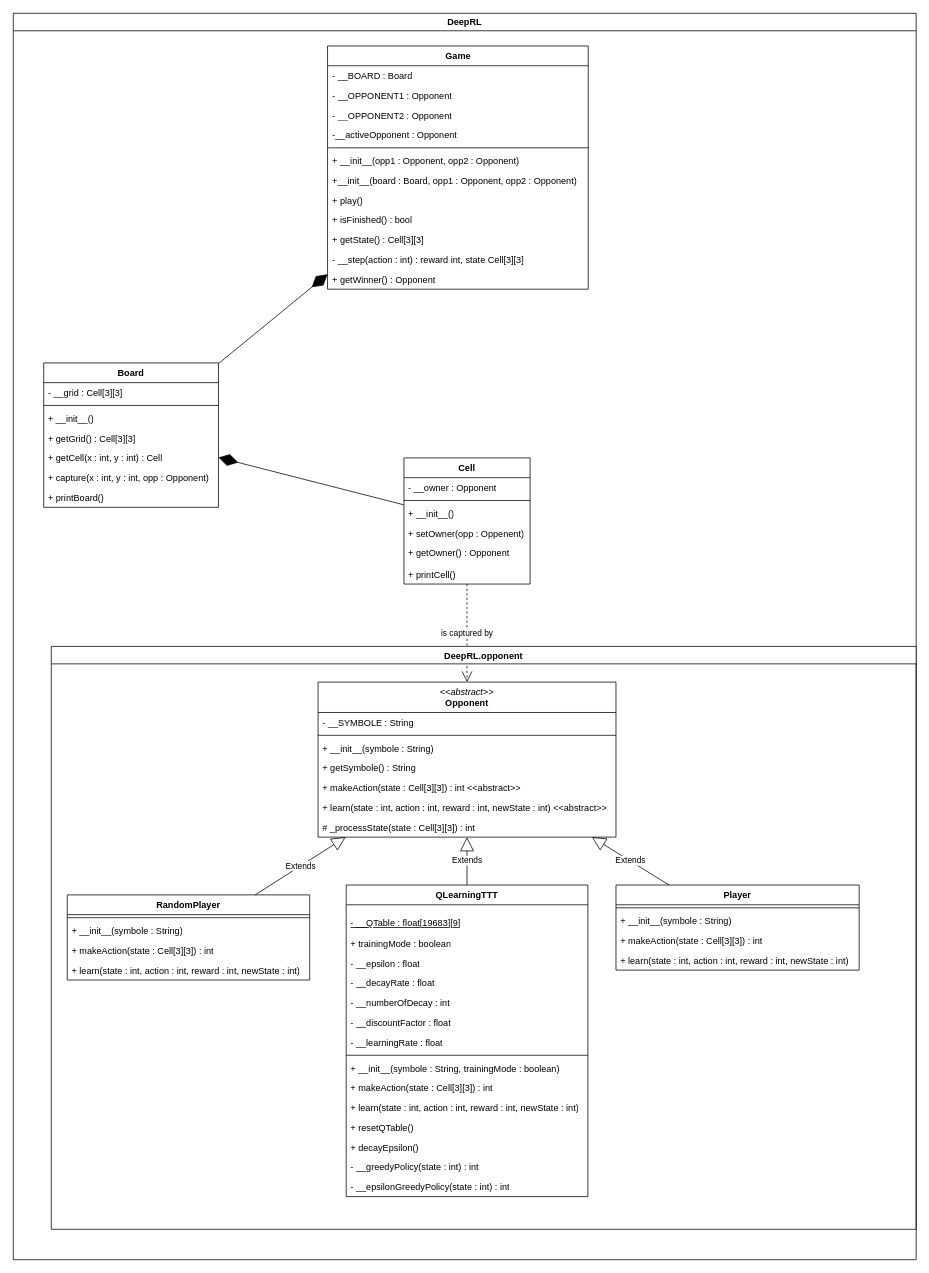
Earlier version of the draw.io diagram uml/DRL project.drawio (Enzo-Claeyssen/Q-Learning_for_Tic_Tac_Toe). Source tidied: cells renumbered, new cells numbered last; positions are measured from the earlier drawing's top-left corner, leaving out a move shared by most shapes. Both pictures are drawn from the tidied source at 76%, with x=0, y=0 at pixel (13, 13).
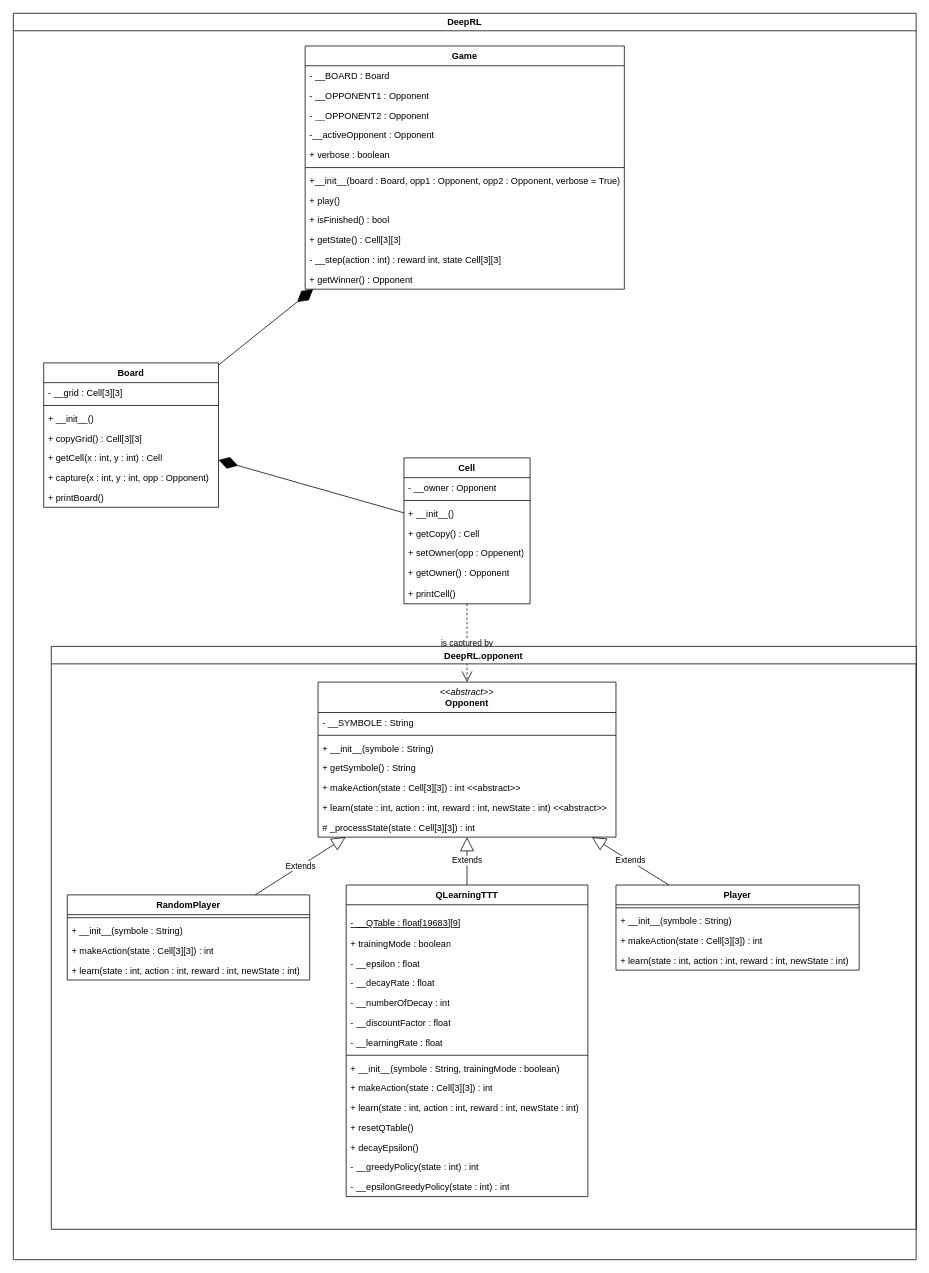
After the change.

Unchanged cells that the change refers to:
```xml
<mxCell id="2" value="DeepRL" style="swimlane;" parent="1" vertex="1">
  <mxGeometry width="1188" height="1640" as="geometry" />
</mxCell>
<mxCell id="16" value="Board" style="swimlane;fontStyle=1;align=center;verticalAlign=top;horizontal=1;startSize=26;whiteSpace=wrap;html=1;" parent="2" vertex="1">
  <mxGeometry x="40" y="460" width="230" height="190" as="geometry" />
</mxCell>
```

Change to the diagram source:
```diff
@@
     <mxCell id="3" value="Game" style="swimlane;fontStyle=1;align=center;verticalAlign=top;horizontal=1;startSize=26;whiteSpace=wrap;html=1;" parent="2" vertex="1">
-      <mxGeometry x="413.5" y="43" width="343" height="320" as="geometry" />
+      <mxGeometry x="384" y="43" width="420" height="320" as="geometry" />
     </mxCell>
     <mxCell id="4" value="- __BOARD : Board" style="text;strokeColor=none;fillColor=none;align=left;verticalAlign=top;spacingLeft=4;spacingRight=4;overflow=hidden;whiteSpace=wrap;html=1;" parent="3" vertex="1">
-      <mxGeometry y="26" width="343" height="26" as="geometry" />
+      <mxGeometry y="26" width="420" height="26" as="geometry" />
     </mxCell>
     <mxCell id="5" value="- __OPPONENT1 : Opponent" style="text;strokeColor=none;fillColor=none;align=left;verticalAlign=top;spacingLeft=4;spacingRight=4;overflow=hidden;whiteSpace=wrap;html=1;" parent="3" vertex="1">
-      <mxGeometry y="52" width="343" height="26" as="geometry" />
+      <mxGeometry y="52" width="420" height="26" as="geometry" />
     </mxCell>
     <mxCell id="6" value="- __OPPONENT2 : Opponent" style="text;strokeColor=none;fillColor=none;align=left;verticalAlign=top;spacingLeft=4;spacingRight=4;overflow=hidden;whiteSpace=wrap;html=1;" parent="3" vertex="1">
-      <mxGeometry y="78" width="343" height="26" as="geometry" />
+      <mxGeometry y="78" width="420" height="26" as="geometry" />
     </mxCell>
     <mxCell id="7" value="-__activeOpponent : Opponent" style="text;strokeColor=none;fillColor=none;align=left;verticalAlign=top;spacingLeft=4;spacingRight=4;overflow=hidden;whiteSpace=wrap;html=1;" parent="3" vertex="1">
-      <mxGeometry y="104" width="343" height="26" as="geometry" />
+      <mxGeometry y="104" width="420" height="26" as="geometry" />
     </mxCell>
+    <mxCell id="72" value="+ verbose : boolean" style="text;strokeColor=none;fillColor=none;align=left;verticalAlign=top;spacingLeft=4;spacingRight=4;overflow=hidden;whiteSpace=wrap;html=1;" parent="3" vertex="1">
+      <mxGeometry y="130" width="420" height="26" as="geometry" />
+    </mxCell>
     <mxCell id="8" style="line;strokeWidth=1;fillColor=none;align=left;verticalAlign=middle;spacingTop=-1;spacingLeft=3;spacingRight=3;labelPosition=right;strokeColor=inherit;" parent="3" vertex="1">
-      <mxGeometry y="130" width="343" height="8" as="geometry" />
+      <mxGeometry y="156" width="420" height="8" as="geometry" />
     </mxCell>
-    <mxCell id="9" value="+ __init__(opp1 : Opponent, opp2 : Opponent)" style="text;strokeColor=none;fillColor=none;align=left;verticalAlign=top;spacingLeft=4;spacingRight=4;overflow=hidden;whiteSpace=wrap;html=1;" parent="3" vertex="1">
-      <mxGeometry y="138" width="343" height="26" as="geometry" />
-    </mxCell>
-    <mxCell id="10" value="+__init__(board : Board, opp1 : Opponent, opp2 : Opponent)" style="text;strokeColor=none;fillColor=none;align=left;verticalAlign=top;spacingLeft=4;spacingRight=4;overflow=hidden;whiteSpace=wrap;html=1;" parent="3" vertex="1">
-      <mxGeometry y="164" width="343" height="26" as="geometry" />
+    <mxCell id="10" value="+__init__(board : Board, opp1 : Opponent, opp2 : Opponent, verbose = True)" style="text;strokeColor=none;fillColor=none;align=left;verticalAlign=top;spacingLeft=4;spacingRight=4;overflow=hidden;whiteSpace=wrap;html=1;" parent="3" vertex="1">
+      <mxGeometry y="164" width="420" height="26" as="geometry" />
     </mxCell>
     <mxCell id="11" value="+ play()" style="text;strokeColor=none;fillColor=none;align=left;verticalAlign=top;spacingLeft=4;spacingRight=4;overflow=hidden;whiteSpace=wrap;html=1;" parent="3" vertex="1">
-      <mxGeometry y="190" width="343" height="26" as="geometry" />
+      <mxGeometry y="190" width="420" height="26" as="geometry" />
     </mxCell>
     <mxCell id="12" value="+ isFinished() : bool " style="text;strokeColor=none;fillColor=none;align=left;verticalAlign=top;spacingLeft=4;spacingRight=4;overflow=hidden;whiteSpace=wrap;html=1;" parent="3" vertex="1">
-      <mxGeometry y="216" width="343" height="26" as="geometry" />
+      <mxGeometry y="216" width="420" height="26" as="geometry" />
     </mxCell>
     <mxCell id="13" value="+ getState() : Cell[3][3]" style="text;strokeColor=none;fillColor=none;align=left;verticalAlign=top;spacingLeft=4;spacingRight=4;overflow=hidden;whiteSpace=wrap;html=1;" parent="3" vertex="1">
-      <mxGeometry y="242" width="343" height="26" as="geometry" />
+      <mxGeometry y="242" width="420" height="26" as="geometry" />
     </mxCell>
     <mxCell id="14" value="- __step(action : int) : reward int, state Cell[3][3]" style="text;strokeColor=none;fillColor=none;align=left;verticalAlign=top;spacingLeft=4;spacingRight=4;overflow=hidden;whiteSpace=wrap;html=1;" parent="3" vertex="1">
-      <mxGeometry y="268" width="343" height="26" as="geometry" />
+      <mxGeometry y="268" width="420" height="26" as="geometry" />
     </mxCell>
     <mxCell id="15" value="+ getWinner() : Opponent" style="text;strokeColor=none;fillColor=none;align=left;verticalAlign=top;spacingLeft=4;spacingRight=4;overflow=hidden;whiteSpace=wrap;html=1;" parent="3" vertex="1">
-      <mxGeometry y="294" width="343" height="26" as="geometry" />
+      <mxGeometry y="294" width="420" height="26" as="geometry" />
     </mxCell>
@@
-    <mxCell id="20" value="+ getGrid() : Cell[3][3] " style="text;strokeColor=none;fillColor=none;align=left;verticalAlign=top;spacingLeft=4;spacingRight=4;overflow=hidden;whiteSpace=wrap;html=1;" parent="16" vertex="1">
+    <mxCell id="20" value="+ copyGrid() : Cell[3][3] " style="text;strokeColor=none;fillColor=none;align=left;verticalAlign=top;spacingLeft=4;spacingRight=4;overflow=hidden;whiteSpace=wrap;html=1;" parent="16" vertex="1">
       <mxGeometry y="86" width="230" height="26" as="geometry" />
     </mxCell>
@@
     <mxCell id="25" value="Cell" style="swimlane;fontStyle=1;align=center;verticalAlign=top;horizontal=1;startSize=26;whiteSpace=wrap;html=1;" parent="2" vertex="1">
-      <mxGeometry x="514" y="585" width="166" height="166" as="geometry" />
+      <mxGeometry x="514" y="585" width="166" height="192" as="geometry" />
     </mxCell>
@@
+    <mxCell id="73" value="+ getCopy() : Cell" style="text;strokeColor=none;fillColor=none;align=left;verticalAlign=top;spacingLeft=4;spacingRight=4;overflow=hidden;whiteSpace=wrap;html=1;" parent="25" vertex="1">
+      <mxGeometry y="86" width="166" height="26" as="geometry" />
+    </mxCell>
     <mxCell id="29" value="+ setOwner(opp : Oppenent)" style="text;strokeColor=none;fillColor=none;align=left;verticalAlign=top;spacingLeft=4;spacingRight=4;overflow=hidden;whiteSpace=wrap;html=1;" parent="25" vertex="1">
-      <mxGeometry y="86" width="166" height="26" as="geometry" />
+      <mxGeometry y="112" width="166" height="26" as="geometry" />
     </mxCell>
     <mxCell id="30" value="&lt;div&gt;+ getOwner() : Opponent&lt;/div&gt;" style="text;strokeColor=none;fillColor=none;align=left;verticalAlign=top;spacingLeft=4;spacingRight=4;overflow=hidden;whiteSpace=wrap;html=1;" parent="25" vertex="1">
-      <mxGeometry y="112" width="166" height="28" as="geometry" />
+      <mxGeometry y="138" width="166" height="28" as="geometry" />
     </mxCell>
     <mxCell id="31" value="+ printCell()" style="text;strokeColor=none;fillColor=none;align=left;verticalAlign=top;spacingLeft=4;spacingRight=4;overflow=hidden;whiteSpace=wrap;html=1;" parent="25" vertex="1">
-      <mxGeometry y="140" width="166" height="26" as="geometry" />
+      <mxGeometry y="166" width="166" height="26" as="geometry" />
     </mxCell>
```
